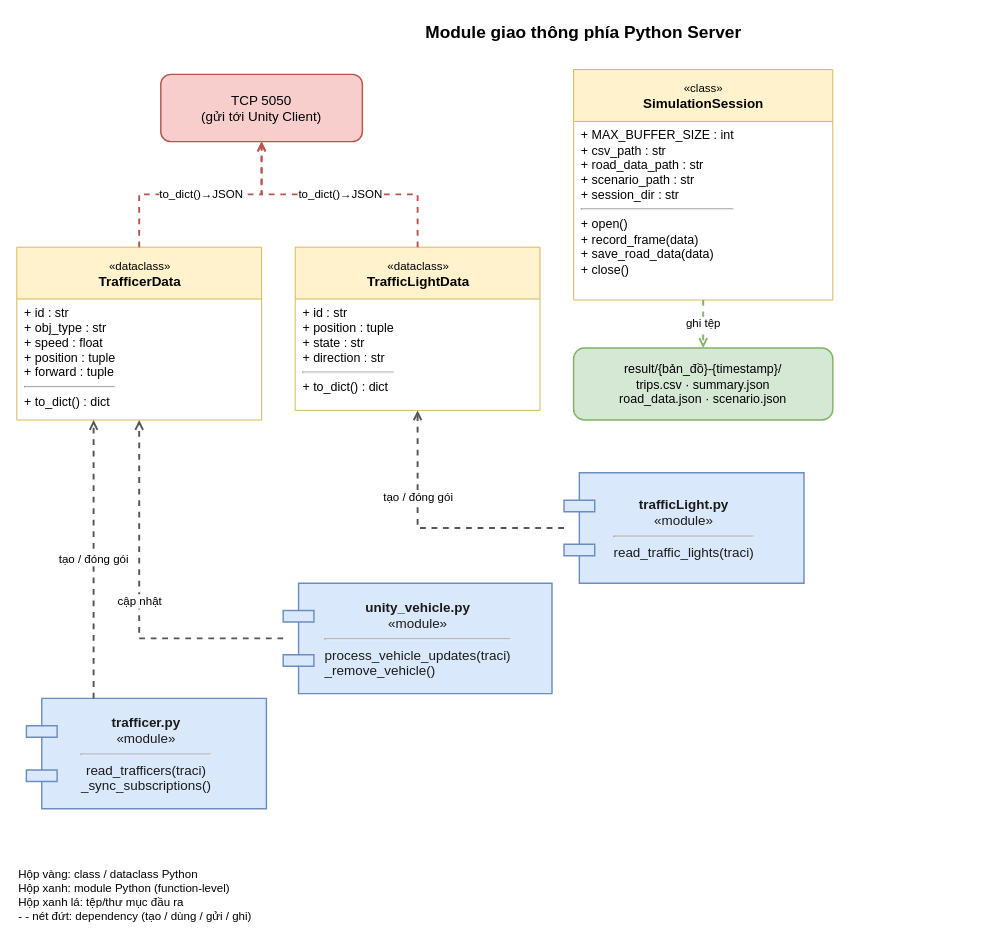
Before: DiagramsCode/hinh4.2.5-so-do-lop-traffic-server.drawio in MinhHoang137/SUMO-GR1, a draw.io diagram. Source tidied: cells renumbered, new cells numbered last; positions are measured from the earlier drawing's top-left corner, leaving out a move shared by most shapes. Both pictures are drawn from the tidied source at 96%, with x=0, y=0 at pixel (16, 16).
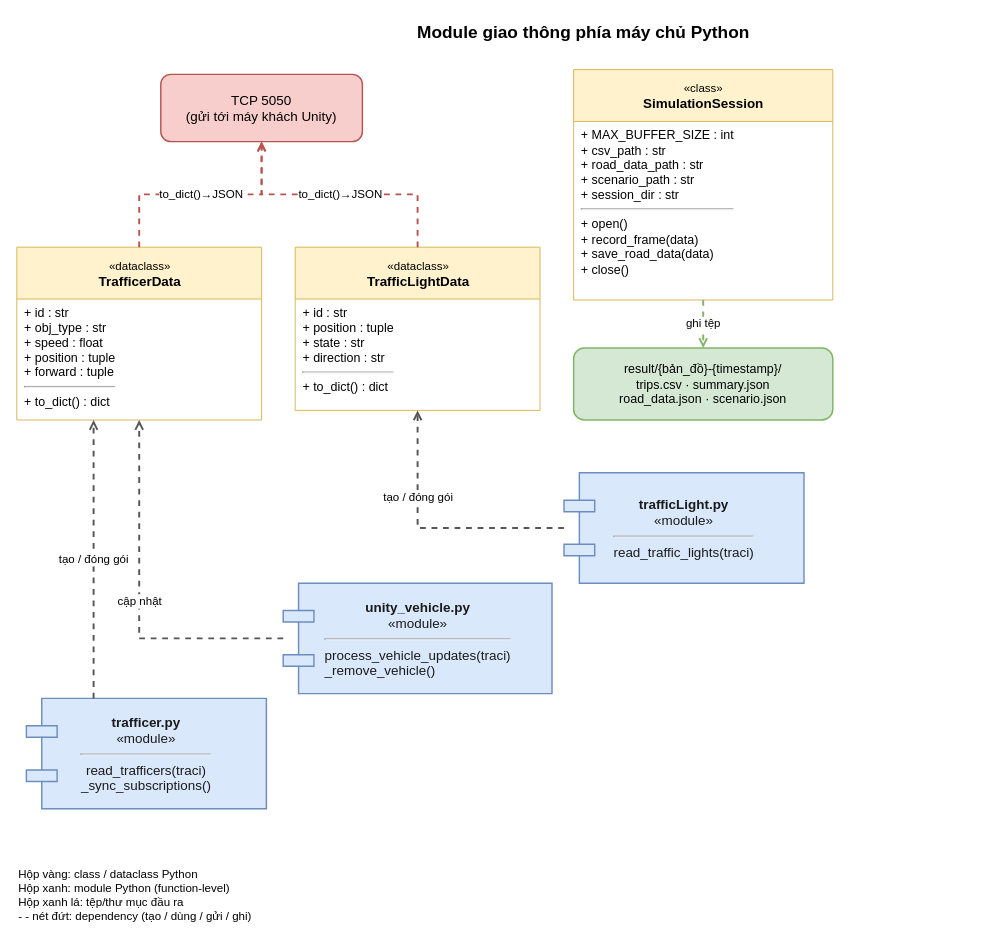
Above is the later version.

Diff of the diagram source:
```diff
@@
-    <mxCell id="2" value="Module giao thông phía Python Server" style="text;html=1;align=center;fontFamily=Arial;fontSize=18;fontStyle=1;strokeColor=none;fillColor=none;" parent="1" vertex="1">
+    <mxCell id="2" value="Module giao thông phía máy chủ Python" style="text;html=1;align=center;fontFamily=Arial;fontSize=18;fontStyle=1;strokeColor=none;fillColor=none;" parent="1" vertex="1">
       <mxGeometry x="190" width="800" height="35" as="geometry" />
     </mxCell>
@@
-    <mxCell id="13" value="TCP 5050&lt;br/&gt;(gửi tới Unity Client)" style="rounded=1;whiteSpace=wrap;html=1;fillColor=#f8cecc;strokeColor=#b85450;strokeWidth=1.5;fontFamily=Arial;fontSize=14;" parent="1" vertex="1">
+    <mxCell id="13" value="TCP 5050&lt;br/&gt;(gửi tới máy khách Unity)" style="rounded=1;whiteSpace=wrap;html=1;fillColor=#f8cecc;strokeColor=#b85450;strokeWidth=1.5;fontFamily=Arial;fontSize=14;" parent="1" vertex="1">
       <mxGeometry x="150" y="60" width="210" height="70" as="geometry" />
     </mxCell>
```
